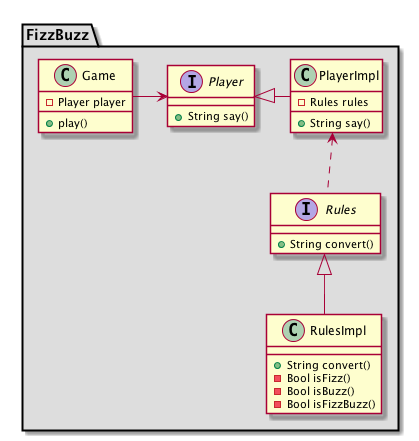
Above: docs/FizzBuzz.png in SuzukiCecil/fizzbuzz-php (PlantUML), before the change.
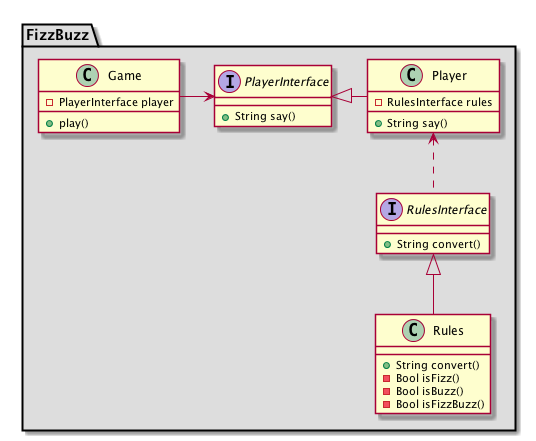
Above is the later version.

Commit message:
Modify class name

The edit, as a diff of the source:
```diff
@@ -2,32 +2,32 @@
 
 package "FizzBuzz" #DDDDDD {
 class Game {
-  -Player player
+  -PlayerInterface player
   +play()
 }
 
-interface Player {
+interface PlayerInterface {
   +String say()
 }
-interface Rules {
+interface RulesInterface {
   +String convert()
 }
 
-class RulesImpl {
+class Rules {
   +String convert()
   -Bool isFizz()
   -Bool isBuzz()
   -Bool isFizzBuzz()
 }
-class PlayerImpl {
-  -Rules rules
+class Player {
+  -RulesInterface rules
   +String say()
 }
 
-Game -> Player
-Player <|- PlayerImpl
-Rules <|-- RulesImpl
-PlayerImpl <.. Rules
+Game -> PlayerInterface
+PlayerInterface <|- Player
+RulesInterface <|-- Rules
+Player <.. RulesInterface
 }
 
 @enduml
```
